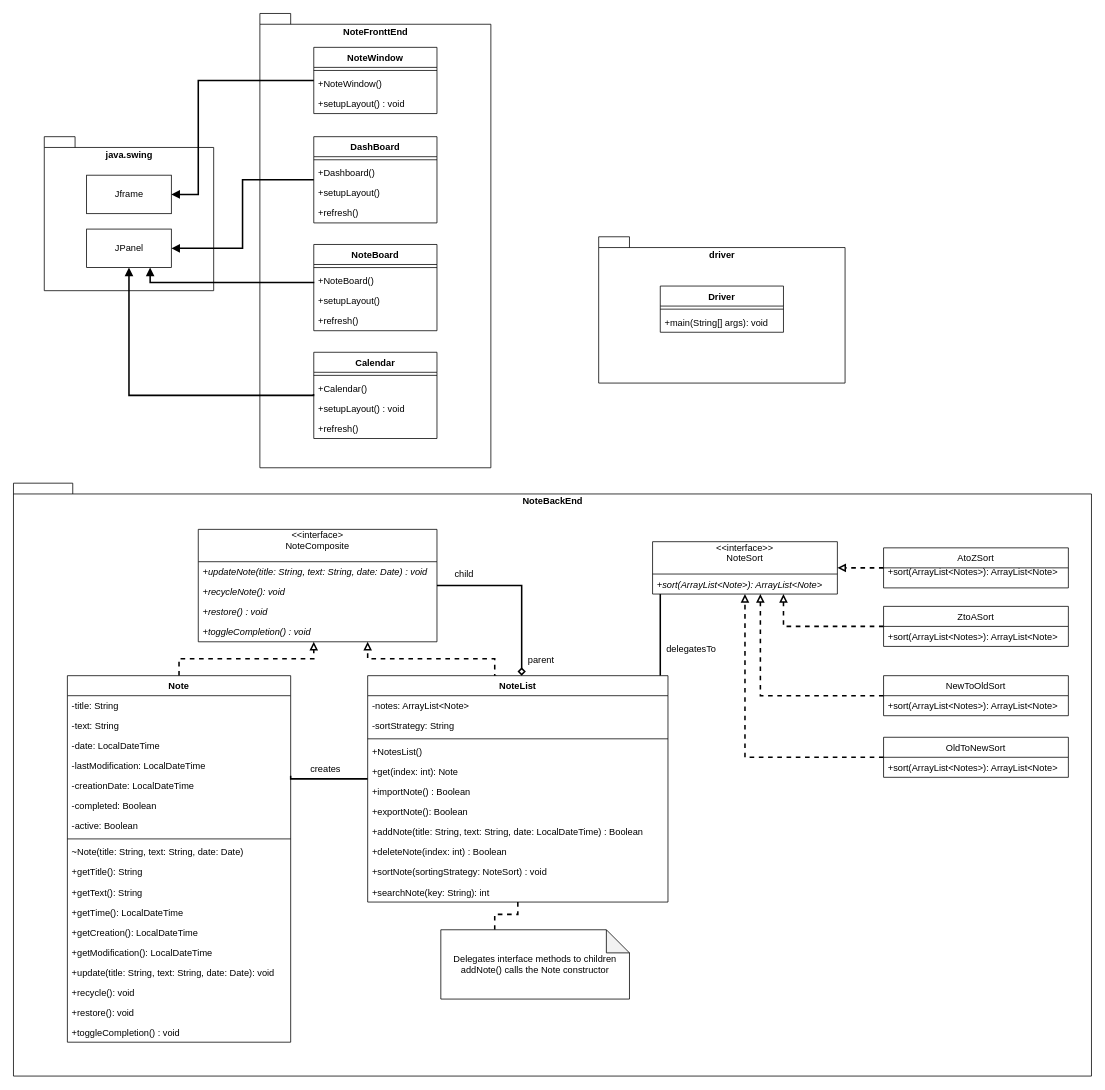
Before: CSC131UMLClass.drawio in E-Trinh/CSC131MegaNerdsProject, a draw.io diagram. Source tidied: cells renumbered, new cells numbered last; positions are measured from the earlier drawing's top-left corner, leaving out a move shared by most shapes. Both pictures are drawn from the tidied source at 77%, with x=0, y=0 at pixel (13, 13).
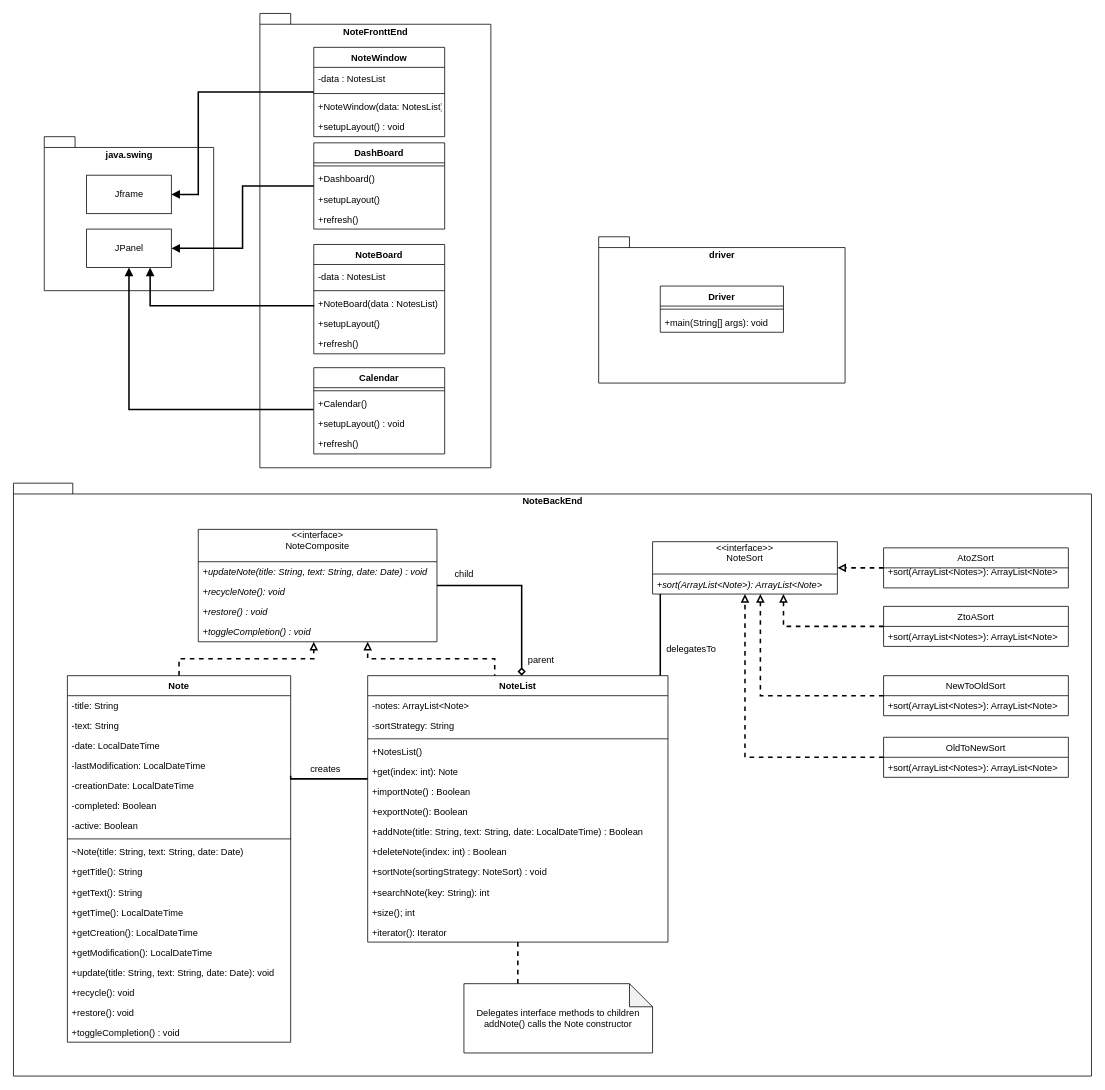
The same page after the edit.

Commit message (it also covers changes not shown here):
Updated UML Diagrams

Unchanged cells that the change refers to:
```xml
<mxCell id="76" value="Jframe" style="html=1;" parent="1" vertex="1">
  <mxGeometry x="95" y="210" width="110" height="50" as="geometry" />
</mxCell>
<mxCell id="77" value="JPanel" style="html=1;" parent="1" vertex="1">
  <mxGeometry x="95" y="280" width="110" height="50" as="geometry" />
</mxCell>
```

Diff of the diagram source:
```diff
@@
     <mxCell id="28" value="NoteList" style="swimlane;fontStyle=1;align=center;verticalAlign=top;horizontal=1;startSize=26;" parent="1" vertex="1">
-      <mxGeometry x="460" y="860" width="390" height="294" as="geometry" />
+      <mxGeometry x="460" y="860" width="390" height="346" as="geometry" />
     </mxCell>
@@
+    <mxCell id="95" value="+size(); int" style="text;strokeColor=none;fillColor=none;align=left;verticalAlign=top;spacingLeft=4;spacingRight=4;overflow=hidden;" parent="28" vertex="1">
+      <mxGeometry y="294" width="390" height="26" as="geometry" />
+    </mxCell>
+    <mxCell id="96" value="+iterator(): Iterator" style="text;strokeColor=none;fillColor=none;align=left;verticalAlign=top;spacingLeft=4;spacingRight=4;overflow=hidden;" parent="28" vertex="1">
+      <mxGeometry y="320" width="390" height="26" as="geometry" />
+    </mxCell>
@@
     <mxCell id="54" value="DashBoard" style="swimlane;fontStyle=1;align=center;verticalAlign=top;horizontal=1;startSize=26;" parent="1" vertex="1">
-      <mxGeometry x="390" y="160" width="160" height="112" as="geometry" />
+      <mxGeometry x="390" y="168" width="170" height="112" as="geometry" />
     </mxCell>
     <mxCell id="55" style="line;strokeWidth=1;fillColor=none;align=left;verticalAlign=middle;spacingTop=-1;spacingLeft=3;spacingRight=3;labelPosition=right;" parent="54" vertex="1">
-      <mxGeometry y="26" width="160" height="8" as="geometry" />
+      <mxGeometry y="26" width="170" height="8" as="geometry" />
     </mxCell>
     <mxCell id="56" value="+Dashboard()" style="text;strokeColor=none;fillColor=none;align=left;verticalAlign=top;spacingLeft=4;spacingRight=4;overflow=hidden;" parent="54" vertex="1">
-      <mxGeometry y="34" width="160" height="26" as="geometry" />
+      <mxGeometry y="34" width="170" height="26" as="geometry" />
     </mxCell>
     <mxCell id="57" value="+setupLayout()" style="text;strokeColor=none;fillColor=none;align=left;verticalAlign=top;spacingLeft=4;spacingRight=4;overflow=hidden;" parent="54" vertex="1">
-      <mxGeometry y="60" width="160" height="26" as="geometry" />
+      <mxGeometry y="60" width="170" height="26" as="geometry" />
     </mxCell>
     <mxCell id="58" value="+refresh()" style="text;strokeColor=none;fillColor=none;align=left;verticalAlign=top;spacingLeft=4;spacingRight=4;overflow=hidden;" parent="54" vertex="1">
-      <mxGeometry y="86" width="160" height="26" as="geometry" />
+      <mxGeometry y="86" width="170" height="26" as="geometry" />
     </mxCell>
     <mxCell id="59" style="edgeStyle=orthogonalEdgeStyle;rounded=0;jettySize=auto;html=1;entryX=0.5;entryY=1;entryDx=0;entryDy=0;endArrow=block;endFill=1;strokeColor=default;strokeWidth=2;exitX=-0.002;exitY=0.777;exitDx=0;exitDy=0;exitPerimeter=0;" parent="1" edge="1" source="62" target="77">
       <mxGeometry relative="1" as="geometry">
         <Array as="points">
-          <mxPoint x="390" y="496" />
-          <mxPoint x="150" y="496" />
+          <mxPoint x="150" y="514" />
         </Array>
       </mxGeometry>
     </mxCell>
     <mxCell id="60" value="Calendar" style="swimlane;fontStyle=1;align=center;verticalAlign=top;horizontal=1;startSize=26;" parent="1" vertex="1">
-      <mxGeometry x="390" y="440" width="160" height="112" as="geometry" />
+      <mxGeometry x="390" y="460" width="170" height="112" as="geometry" />
     </mxCell>
     <mxCell id="61" style="line;strokeWidth=1;fillColor=none;align=left;verticalAlign=middle;spacingTop=-1;spacingLeft=3;spacingRight=3;labelPosition=right;" parent="60" vertex="1">
-      <mxGeometry y="26" width="160" height="8" as="geometry" />
+      <mxGeometry y="26" width="170" height="8" as="geometry" />
     </mxCell>
     <mxCell id="62" value="+Calendar()" style="text;strokeColor=none;fillColor=none;align=left;verticalAlign=top;spacingLeft=4;spacingRight=4;overflow=hidden;points=[[0,0.5],[1,0.5]];portConstraint=eastwest;" parent="60" vertex="1">
-      <mxGeometry y="34" width="160" height="26" as="geometry" />
+      <mxGeometry y="34" width="170" height="26" as="geometry" />
     </mxCell>
     <mxCell id="63" value="+setupLayout() : void" style="text;strokeColor=none;fillColor=none;align=left;verticalAlign=top;spacingLeft=4;spacingRight=4;overflow=hidden;" parent="60" vertex="1">
-      <mxGeometry y="60" width="160" height="26" as="geometry" />
+      <mxGeometry y="60" width="170" height="26" as="geometry" />
     </mxCell>
     <mxCell id="64" value="+refresh()" style="text;strokeColor=none;fillColor=none;align=left;verticalAlign=top;spacingLeft=4;spacingRight=4;overflow=hidden;" parent="60" vertex="1">
-      <mxGeometry y="86" width="160" height="26" as="geometry" />
+      <mxGeometry y="86" width="170" height="26" as="geometry" />
     </mxCell>
     <mxCell id="65" style="edgeStyle=orthogonalEdgeStyle;rounded=0;jettySize=auto;html=1;exitX=0.004;exitY=0.595;exitDx=0;exitDy=0;entryX=0.75;entryY=1;entryDx=0;entryDy=0;endArrow=block;endFill=1;strokeColor=default;strokeWidth=2;exitPerimeter=0;" parent="1" edge="1" source="68" target="77">
       <mxGeometry relative="1" as="geometry">
         <Array as="points">
-          <mxPoint x="178" y="349" />
+          <mxPoint x="178" y="380" />
         </Array>
       </mxGeometry>
     </mxCell>
     <mxCell id="66" value="NoteBoard" style="swimlane;fontStyle=1;align=center;verticalAlign=top;horizontal=1;startSize=26;" parent="1" vertex="1">
-      <mxGeometry x="390" y="300" width="160" height="112" as="geometry" />
+      <mxGeometry x="390" y="300" width="170" height="142" as="geometry" />
     </mxCell>
+    <mxCell id="97" value="-data : NotesList" style="text;strokeColor=none;fillColor=none;align=left;verticalAlign=middle;spacingLeft=4;spacingRight=4;overflow=hidden;" parent="66" vertex="1">
+      <mxGeometry y="26" width="170" height="30" as="geometry" />
+    </mxCell>
     <mxCell id="67" style="line;strokeWidth=1;fillColor=none;align=left;verticalAlign=middle;spacingTop=-1;spacingLeft=3;spacingRight=3;labelPosition=right;" parent="66" vertex="1">
-      <mxGeometry y="26" width="160" height="8" as="geometry" />
+      <mxGeometry y="56" width="170" height="8" as="geometry" />
     </mxCell>
-    <mxCell id="68" value="+NoteBoard()" style="text;strokeColor=none;fillColor=none;align=left;verticalAlign=top;spacingLeft=4;spacingRight=4;overflow=hidden;points=[[0,0.5],[1,0.5]];portConstraint=eastwest;" parent="66" vertex="1">
-      <mxGeometry y="34" width="160" height="26" as="geometry" />
+    <mxCell id="68" value="+NoteBoard(data : NotesList)" style="text;strokeColor=none;fillColor=none;align=left;verticalAlign=top;spacingLeft=4;spacingRight=4;overflow=hidden;points=[[0,0.5],[1,0.5]];portConstraint=eastwest;" parent="66" vertex="1">
+      <mxGeometry y="64" width="170" height="26" as="geometry" />
     </mxCell>
     <mxCell id="69" value="+setupLayout()" style="text;strokeColor=none;fillColor=none;align=left;verticalAlign=top;spacingLeft=4;spacingRight=4;overflow=hidden;" parent="66" vertex="1">
-      <mxGeometry y="60" width="160" height="26" as="geometry" />
+      <mxGeometry y="90" width="170" height="26" as="geometry" />
     </mxCell>
     <mxCell id="70" value="+refresh()" style="text;strokeColor=none;fillColor=none;align=left;verticalAlign=top;spacingLeft=4;spacingRight=4;overflow=hidden;" parent="66" vertex="1">
-      <mxGeometry y="86" width="160" height="26" as="geometry" />
+      <mxGeometry y="116" width="170" height="26" as="geometry" />
     </mxCell>
     <mxCell id="71" style="edgeStyle=orthogonalEdgeStyle;rounded=0;jettySize=auto;html=1;exitX=0;exitY=0.5;exitDx=0;exitDy=0;entryX=1;entryY=0.5;entryDx=0;entryDy=0;endArrow=block;endFill=1;strokeColor=default;strokeWidth=2;" parent="1" edge="1" source="72" target="76">
       <mxGeometry relative="1" as="geometry">
         <Array as="points">
-          <mxPoint x="240" y="87" />
+          <mxPoint x="240" y="102" />
           <mxPoint x="240" y="235" />
         </Array>
       </mxGeometry>
     </mxCell>
     <mxCell id="72" value="NoteWindow" style="swimlane;fontStyle=1;align=center;verticalAlign=top;horizontal=1;startSize=26;" parent="1" vertex="1">
-      <mxGeometry x="390" y="44" width="160" height="86" as="geometry" />
+      <mxGeometry x="390" y="44" width="170" height="116" as="geometry" />
     </mxCell>
+    <mxCell id="98" value="-data : NotesList" style="text;strokeColor=none;fillColor=none;align=left;verticalAlign=middle;spacingLeft=4;spacingRight=4;overflow=hidden;" parent="72" vertex="1">
+      <mxGeometry y="26" width="170" height="30" as="geometry" />
+    </mxCell>
     <mxCell id="73" style="line;strokeWidth=1;fillColor=none;align=left;verticalAlign=middle;spacingTop=-1;spacingLeft=3;spacingRight=3;labelPosition=right;" parent="72" vertex="1">
-      <mxGeometry y="26" width="160" height="8" as="geometry" />
+      <mxGeometry y="56" width="170" height="8" as="geometry" />
     </mxCell>
-    <mxCell id="74" value="+NoteWindow()" style="text;strokeColor=none;fillColor=none;align=left;verticalAlign=top;spacingLeft=4;spacingRight=4;overflow=hidden;" parent="72" vertex="1">
-      <mxGeometry y="34" width="160" height="26" as="geometry" />
+    <mxCell id="74" value="+NoteWindow(data: NotesList)" style="text;strokeColor=none;fillColor=none;align=left;verticalAlign=top;spacingLeft=4;spacingRight=4;overflow=hidden;" parent="72" vertex="1">
+      <mxGeometry y="64" width="170" height="26" as="geometry" />
     </mxCell>
     <mxCell id="75" value="+setupLayout() : void" style="text;strokeColor=none;fillColor=none;align=left;verticalAlign=top;spacingLeft=4;spacingRight=4;overflow=hidden;" parent="72" vertex="1">
-      <mxGeometry y="60" width="160" height="26" as="geometry" />
+      <mxGeometry y="90" width="170" height="26" as="geometry" />
     </mxCell>
@@
     <mxCell id="87" value="&lt;div&gt;Delegates interface methods to children&lt;/div&gt;&lt;div&gt;addNote() calls the Note constructor&lt;/div&gt;" style="shape=note;whiteSpace=wrap;html=1;backgroundOutline=1;darkOpacity=0.05;" parent="1" vertex="1">
-      <mxGeometry x="555" y="1190" width="245" height="90" as="geometry" />
+      <mxGeometry x="585" y="1260" width="245" height="90" as="geometry" />
     </mxCell>
```
